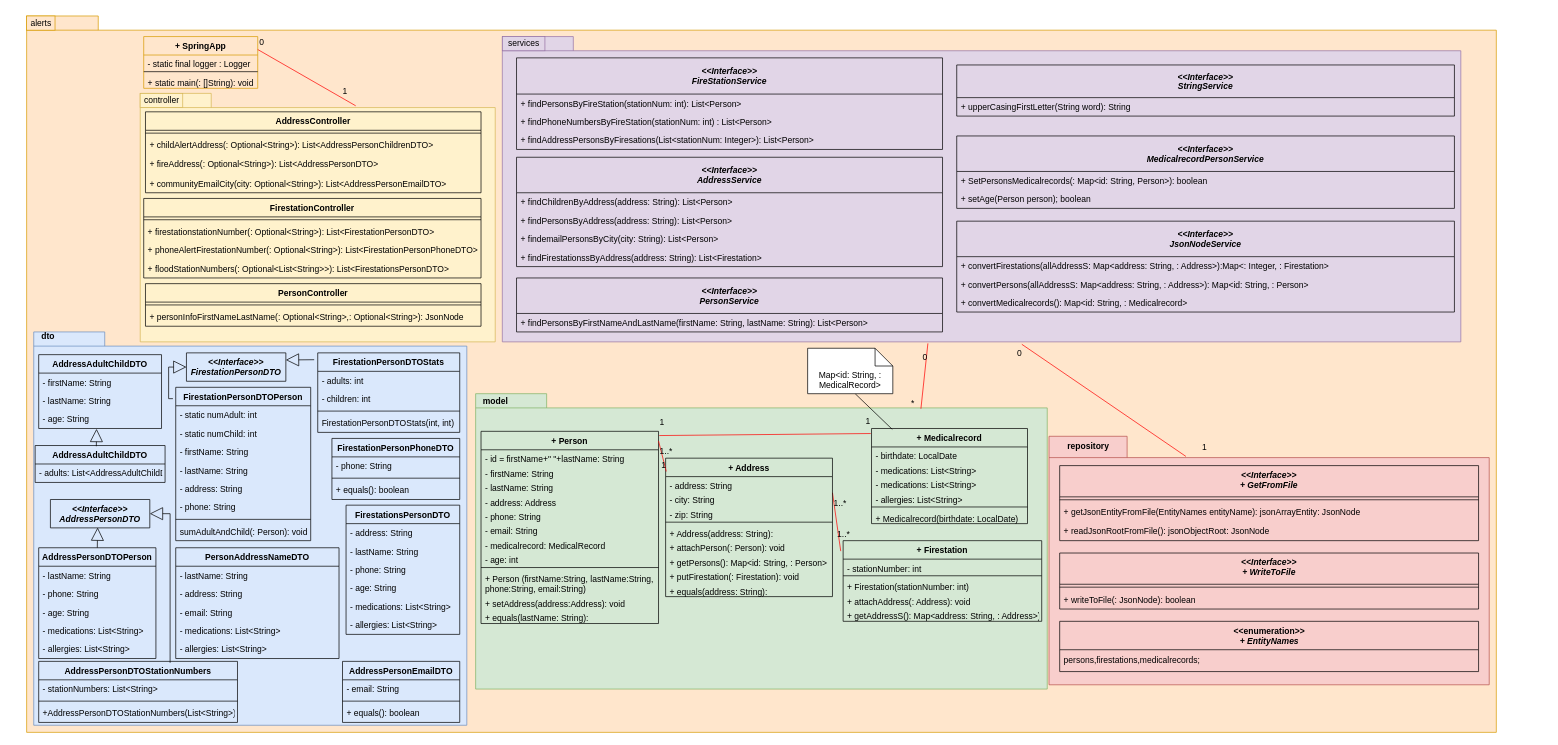
andrechico999/https-github.com-emmo78-com.safetynet.alerts keeps this draw.io diagram as page "ClassDiagram1" (1 of 2) of UML/classDiagram.drawio. Above is the earlier version. Source tidied: cells renumbered, new cells numbered last; positions are measured from the earlier drawing's top-left corner, leaving out a move shared by most shapes. Both pictures are drawn from the tidied source at 71%, with x=0, y=0 at pixel (12, 16).
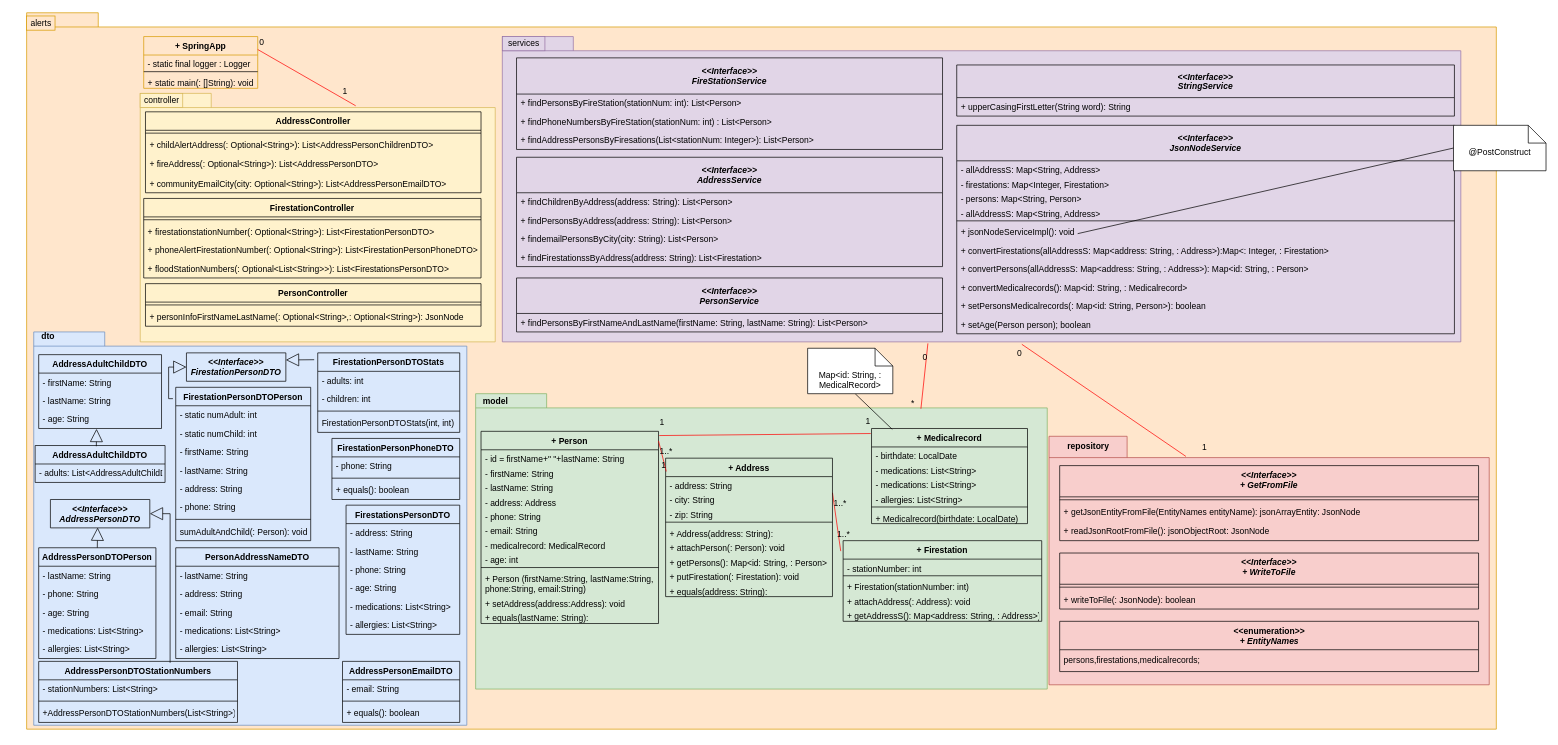
The same page after the edit.

The edit, as a diff of the source:
```diff
@@
     <mxCell id="3" style="shape=folder;fontStyle=1;spacingTop=10;tabWidth=100;tabHeight=20;tabPosition=left;html=1;fillColor=#ffe6cc;strokeColor=#d79b00;" parent="1" vertex="1">
-      <mxGeometry x="20" width="2070" height="1009" as="geometry" />
+      <mxGeometry x="20" y="-4.5" width="2070" height="1009" as="geometry" />
     </mxCell>
@@
-    <mxCell id="67" value="&lt;&lt;Interface&gt;&gt;&#10;MedicalrecordPersonService" style="swimlane;fontStyle=3;horizontal=1;startSize=50;fillColor=none;" parent="1" vertex="1">
-      <mxGeometry x="1330" y="169" width="701" height="102" as="geometry" />
-    </mxCell>
-    <mxCell id="68" value="+ SetPersonsMedicalrecords(: Map&lt;id: String, Person&gt;): boolean" style="text;strokeColor=none;fillColor=none;align=left;verticalAlign=top;spacingLeft=4;spacingRight=4;overflow=hidden;" parent="67" vertex="1">
-      <mxGeometry y="50" width="701" height="26" as="geometry" />
-    </mxCell>
-    <mxCell id="69" value="+ setAge(Person person); boolean" style="text;strokeColor=none;fillColor=none;align=left;verticalAlign=top;spacingLeft=4;spacingRight=4;overflow=hidden;" parent="67" vertex="1">
-      <mxGeometry y="76" width="701" height="26" as="geometry" />
-    </mxCell>
@@
     <mxCell id="72" value="&lt;&lt;Interface&gt;&gt;&#10;JsonNodeService" style="swimlane;fontStyle=3;horizontal=1;startSize=50;fillColor=none;" parent="1" vertex="1">
-      <mxGeometry x="1330" y="289" width="701" height="128" as="geometry" />
+      <mxGeometry x="1330" y="154" width="701" height="293.6" as="geometry" />
     </mxCell>
+    <mxCell id="176" value="- allAddressS: Map&lt;String, Address&gt;" style="text;strokeColor=none;fillColor=none;align=left;verticalAlign=top;spacingLeft=4;spacingRight=4;overflow=hidden;" parent="72" vertex="1">
+      <mxGeometry y="50" width="701" height="20.3" as="geometry" />
+    </mxCell>
+    <mxCell id="177" value="- firestations: Map&lt;Integer, Firestation&gt;" style="text;strokeColor=none;fillColor=none;align=left;verticalAlign=top;spacingLeft=4;spacingRight=4;overflow=hidden;" parent="72" vertex="1">
+      <mxGeometry y="70.3" width="701" height="20.3" as="geometry" />
+    </mxCell>
+    <mxCell id="178" value="- persons: Map&lt;String, Person&gt;" style="text;strokeColor=none;fillColor=none;align=left;verticalAlign=top;spacingLeft=4;spacingRight=4;overflow=hidden;" parent="72" vertex="1">
+      <mxGeometry y="90.7" width="701" height="20.3" as="geometry" />
+    </mxCell>
+    <mxCell id="179" value="- allAddressS: Map&lt;String, Address&gt;" style="text;strokeColor=none;fillColor=none;align=left;verticalAlign=top;spacingLeft=4;spacingRight=4;overflow=hidden;" parent="72" vertex="1">
+      <mxGeometry y="111" width="701" height="20.3" as="geometry" />
+    </mxCell>
+    <mxCell id="180" style="line;strokeWidth=1;fillColor=none;align=left;verticalAlign=middle;spacingTop=-1;spacingLeft=3;spacingRight=3;labelPosition=right;" parent="72" vertex="1">
+      <mxGeometry y="131.4" width="701" height="6.3" as="geometry" />
+    </mxCell>
+    <mxCell id="181" value="+ jsonNodeServiceImpl(): void" style="text;strokeColor=none;fillColor=none;align=left;verticalAlign=top;spacingLeft=4;spacingRight=4;overflow=hidden;points=[[0,0.5],[1,0.5]];portConstraint=eastwest;" parent="72" vertex="1">
+      <mxGeometry y="137.6" width="701" height="26" as="geometry" />
+    </mxCell>
     <mxCell id="73" value="+ convertFirestations(allAddressS: Map&lt;address: String, : Address&gt;):Map&lt;: Integer, : Firestation&gt;" style="text;strokeColor=none;fillColor=none;align=left;verticalAlign=top;spacingLeft=4;spacingRight=4;overflow=hidden;" parent="72" vertex="1">
-      <mxGeometry y="50" width="701" height="26" as="geometry" />
+      <mxGeometry y="163.6" width="701" height="26" as="geometry" />
     </mxCell>
     <mxCell id="74" value="+ convertPersons(allAddressS: Map&lt;address: String, : Address&gt;): Map&lt;id: String, : Person&gt;" style="text;strokeColor=none;fillColor=none;align=left;verticalAlign=top;spacingLeft=4;spacingRight=4;overflow=hidden;" parent="72" vertex="1">
-      <mxGeometry y="76" width="701" height="26" as="geometry" />
+      <mxGeometry y="189.6" width="701" height="26" as="geometry" />
     </mxCell>
     <mxCell id="75" value="+ convertMedicalrecords(): Map&lt;id: String, : Medicalrecord&gt;" style="text;strokeColor=none;fillColor=none;align=left;verticalAlign=top;spacingLeft=4;spacingRight=4;overflow=hidden;" parent="72" vertex="1">
-      <mxGeometry y="102" width="701" height="26" as="geometry" />
+      <mxGeometry y="215.6" width="701" height="26" as="geometry" />
     </mxCell>
+    <mxCell id="68" value="+ setPersonsMedicalrecords(: Map&lt;id: String, Person&gt;): boolean" style="text;strokeColor=none;fillColor=none;align=left;verticalAlign=top;spacingLeft=4;spacingRight=4;overflow=hidden;" parent="72" vertex="1">
+      <mxGeometry y="241.6" width="701" height="26" as="geometry" />
+    </mxCell>
+    <mxCell id="69" value="+ setAge(Person person); boolean" style="text;strokeColor=none;fillColor=none;align=left;verticalAlign=top;spacingLeft=4;spacingRight=4;overflow=hidden;" parent="72" vertex="1">
+      <mxGeometry y="267.6" width="701" height="26" as="geometry" />
+    </mxCell>
@@
+    <mxCell id="182" value="@PostConstruct" style="shape=note2;boundedLbl=1;whiteSpace=wrap;html=1;size=25;verticalAlign=top;align=center;fontSize=12;" parent="1" vertex="1">
+      <mxGeometry x="2029.7" y="154" width="130.3" height="64" as="geometry" />
+    </mxCell>
+    <mxCell id="183" style="endArrow=none;html=1;rounded=0;align=center;verticalAlign=top;endFill=0;labelBackgroundColor=none;fontSize=12;entryX=0;entryY=0.5;entryDx=0;entryDy=0;entryPerimeter=0;exitX=0.243;exitY=0.577;exitDx=0;exitDy=0;exitPerimeter=0;" parent="1" edge="1" source="181" target="182">
+      <mxGeometry relative="1" as="geometry" />
+    </mxCell>
```
